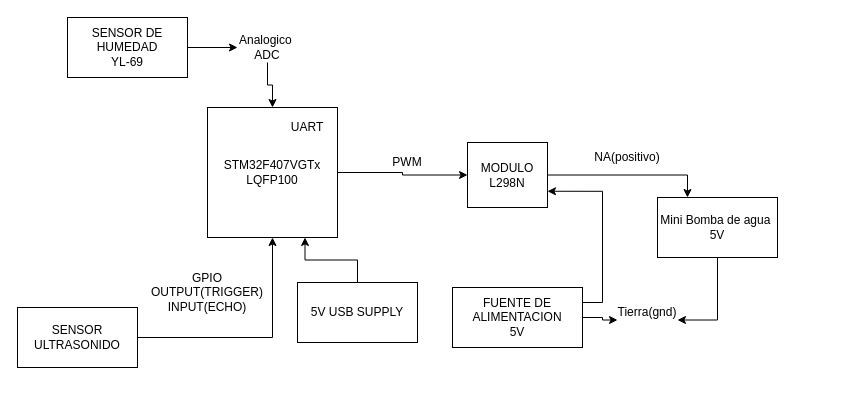
This is controlhumedad.drawio from Sasarindo00/Ingenieria-6semestre, a draw.io file, before an edit. Source tidied: cells renumbered, new cells numbered last; positions are measured from the earlier drawing's top-left corner, leaving out a move shared by most shapes. Both pictures are drawn from the tidied source at 100%, with x=0, y=0 at pixel (17, 17).
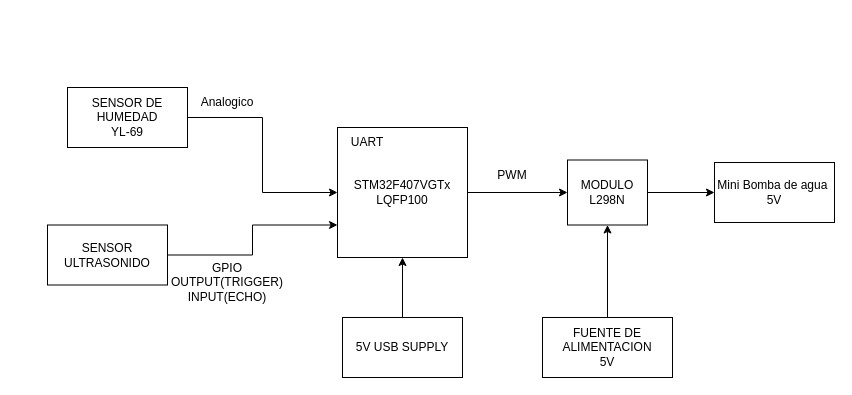
Above is the later version.

What changed in the source:
```diff
@@
     <mxCell id="3" value="STM32F407VGTx&lt;br&gt;LQFP100&lt;br&gt;" style="whiteSpace=wrap;html=1;" parent="1" vertex="1">
-      <mxGeometry x="190" y="90" width="130" height="130" as="geometry" />
+      <mxGeometry x="320" y="110" width="130" height="130" as="geometry" />
     </mxCell>
-    <mxCell id="4" style="edgeStyle=orthogonalEdgeStyle;rounded=0;jettySize=auto;html=1;exitX=1;exitY=0.5;exitDx=0;exitDy=0;" parent="1" edge="1" source="5" target="14">
-      <mxGeometry relative="1" as="geometry" />
-    </mxCell>
+    <mxCell id="24" style="edgeStyle=orthogonalEdgeStyle;rounded=0;jettySize=auto;html=1;exitX=1;exitY=0.5;exitDx=0;exitDy=0;" parent="1" edge="1" source="5" target="3">
+      <mxGeometry relative="1" as="geometry" />
+    </mxCell>
     <mxCell id="5" value="SENSOR DE HUMEDAD&lt;br&gt;YL-69" style="rounded=0;whiteSpace=wrap;html=1;" parent="1" vertex="1">
-      <mxGeometry x="50" width="120" height="60" as="geometry" />
+      <mxGeometry x="50" y="70" width="120" height="60" as="geometry" />
     </mxCell>
-    <mxCell id="6" style="edgeStyle=orthogonalEdgeStyle;rounded=0;jettySize=auto;html=1;exitX=1;exitY=0.25;exitDx=0;exitDy=0;entryX=1;entryY=0.75;entryDx=0;entryDy=0;" parent="1" edge="1" source="8" target="12">
+    <mxCell id="6" style="edgeStyle=orthogonalEdgeStyle;rounded=0;jettySize=auto;html=1;entryX=0.5;entryY=1;entryDx=0;entryDy=0;" parent="1" edge="1" source="8" target="12">
       <mxGeometry relative="1" as="geometry" />
     </mxCell>
-    <mxCell id="7" style="edgeStyle=orthogonalEdgeStyle;rounded=0;jettySize=auto;html=1;entryX=0;entryY=0.75;entryDx=0;entryDy=0;" parent="1" edge="1" source="8" target="17">
-      <mxGeometry relative="1" as="geometry" />
-    </mxCell>
     <mxCell id="8" value="FUENTE DE ALIMENTACION&lt;br&gt;5V" style="rounded=0;whiteSpace=wrap;html=1;" parent="1" vertex="1">
-      <mxGeometry x="435" y="270" width="130" height="60" as="geometry" />
+      <mxGeometry x="525" y="300" width="130" height="60" as="geometry" />
     </mxCell>
-    <mxCell id="9" style="edgeStyle=orthogonalEdgeStyle;rounded=0;jettySize=auto;html=1;entryX=1;entryY=0.75;entryDx=0;entryDy=0;" parent="1" edge="1" source="10" target="17">
-      <mxGeometry relative="1" as="geometry" />
-    </mxCell>
     <mxCell id="10" value="Mini Bomba de agua&amp;nbsp;&lt;br&gt;5V" style="rounded=0;whiteSpace=wrap;html=1;" parent="1" vertex="1">
-      <mxGeometry x="640" y="180" width="120" height="60" as="geometry" />
+      <mxGeometry x="697" y="145" width="120" height="60" as="geometry" />
     </mxCell>
-    <mxCell id="11" style="edgeStyle=orthogonalEdgeStyle;rounded=0;jettySize=auto;html=1;entryX=0.25;entryY=0;entryDx=0;entryDy=0;" parent="1" edge="1" source="12" target="10">
+    <mxCell id="11" style="edgeStyle=orthogonalEdgeStyle;rounded=0;jettySize=auto;html=1;entryX=0;entryY=0.5;entryDx=0;entryDy=0;" parent="1" edge="1" source="12" target="10">
       <mxGeometry relative="1" as="geometry" />
     </mxCell>
     <mxCell id="12" value="MODULO L298N&lt;br&gt;" style="rounded=0;whiteSpace=wrap;html=1;" parent="1" vertex="1">
-      <mxGeometry x="450" y="125" width="80" height="65" as="geometry" />
+      <mxGeometry x="550" y="142.5" width="80" height="65" as="geometry" />
     </mxCell>
-    <mxCell id="13" style="edgeStyle=orthogonalEdgeStyle;rounded=0;jettySize=auto;html=1;exitX=0.5;exitY=1;exitDx=0;exitDy=0;" parent="1" edge="1" source="14" target="3">
-      <mxGeometry relative="1" as="geometry" />
-    </mxCell>
-    <mxCell id="14" value="Analogico&amp;nbsp;&lt;br&gt;ADC&lt;br&gt;" style="text;html=1;strokeColor=none;fillColor=none;align=center;verticalAlign=middle;whiteSpace=wrap;rounded=0;" parent="1" vertex="1">
-      <mxGeometry x="220" y="15" width="60" height="30" as="geometry" />
-    </mxCell>
-    <mxCell id="15" value="PWM" style="text;html=1;strokeColor=none;fillColor=none;align=center;verticalAlign=middle;whiteSpace=wrap;rounded=0;" parent="1" vertex="1">
-      <mxGeometry x="360" y="130" width="60" height="30" as="geometry" />
-    </mxCell>
-    <mxCell id="16" value="NA(positivo)" style="text;html=1;strokeColor=none;fillColor=none;align=center;verticalAlign=middle;whiteSpace=wrap;rounded=0;" parent="1" vertex="1">
-      <mxGeometry x="580" y="125" width="60" height="30" as="geometry" />
-    </mxCell>
-    <mxCell id="17" value="Tierra(gnd)" style="text;html=1;strokeColor=none;fillColor=none;align=center;verticalAlign=middle;whiteSpace=wrap;rounded=0;" parent="1" vertex="1">
-      <mxGeometry x="600" y="280" width="60" height="30" as="geometry" />
-    </mxCell>
     <mxCell id="18" value="UART" style="text;html=1;strokeColor=none;fillColor=none;align=center;verticalAlign=middle;whiteSpace=wrap;rounded=0;" parent="1" vertex="1">
-      <mxGeometry x="260" y="95" width="60" height="30" as="geometry" />
+      <mxGeometry x="320" y="110" width="60" height="30" as="geometry" />
     </mxCell>
-    <mxCell id="19" style="edgeStyle=orthogonalEdgeStyle;rounded=0;jettySize=auto;html=1;exitX=1;exitY=0.5;exitDx=0;exitDy=0;" parent="1" edge="1" source="20" target="3">
+    <mxCell id="19" style="edgeStyle=orthogonalEdgeStyle;rounded=0;jettySize=auto;html=1;exitX=1;exitY=0.5;exitDx=0;exitDy=0;entryX=0;entryY=0.75;entryDx=0;entryDy=0;" parent="1" edge="1" source="20" target="3">
       <mxGeometry relative="1" as="geometry" />
     </mxCell>
     <mxCell id="20" value="SENSOR ULTRASONIDO" style="rounded=0;whiteSpace=wrap;html=1;" parent="1" vertex="1">
-      <mxGeometry y="290" width="120" height="60" as="geometry" />
+      <mxGeometry x="30" y="207.5" width="120" height="60" as="geometry" />
     </mxCell>
     <mxCell id="21" value="GPIO&lt;br&gt;OUTPUT(TRIGGER)&lt;br&gt;INPUT(ECHO)&lt;br&gt;" style="text;html=1;strokeColor=none;fillColor=none;align=center;verticalAlign=middle;whiteSpace=wrap;rounded=0;" parent="1" vertex="1">
-      <mxGeometry x="160" y="260" width="60" height="30" as="geometry" />
+      <mxGeometry x="180" y="250" width="60" height="30" as="geometry" />
     </mxCell>
-    <mxCell id="22" style="edgeStyle=orthogonalEdgeStyle;rounded=0;jettySize=auto;html=1;entryX=0.75;entryY=1;entryDx=0;entryDy=0;" parent="1" edge="1" source="23" target="3">
+    <mxCell id="22" style="edgeStyle=orthogonalEdgeStyle;rounded=0;jettySize=auto;html=1;entryX=0.5;entryY=1;entryDx=0;entryDy=0;" parent="1" edge="1" source="23" target="3">
       <mxGeometry relative="1" as="geometry" />
     </mxCell>
     <mxCell id="23" value="5V USB SUPPLY&lt;br&gt;" style="rounded=0;whiteSpace=wrap;html=1;" parent="1" vertex="1">
-      <mxGeometry x="280" y="265" width="120" height="60" as="geometry" />
+      <mxGeometry x="325" y="300" width="120" height="60" as="geometry" />
     </mxCell>
+    <mxCell id="25" value="Analogico" style="text;html=1;strokeColor=none;fillColor=none;align=center;verticalAlign=middle;whiteSpace=wrap;rounded=0;" parent="1" vertex="1">
+      <mxGeometry x="180" y="70" width="60" height="30" as="geometry" />
+    </mxCell>
+    <mxCell id="15" value="PWM&lt;br&gt;" style="text;html=1;strokeColor=none;fillColor=none;align=center;verticalAlign=middle;whiteSpace=wrap;rounded=0;" parent="1" vertex="1">
+      <mxGeometry x="465" y="142.5" width="60" height="30" as="geometry" />
+    </mxCell>
```
